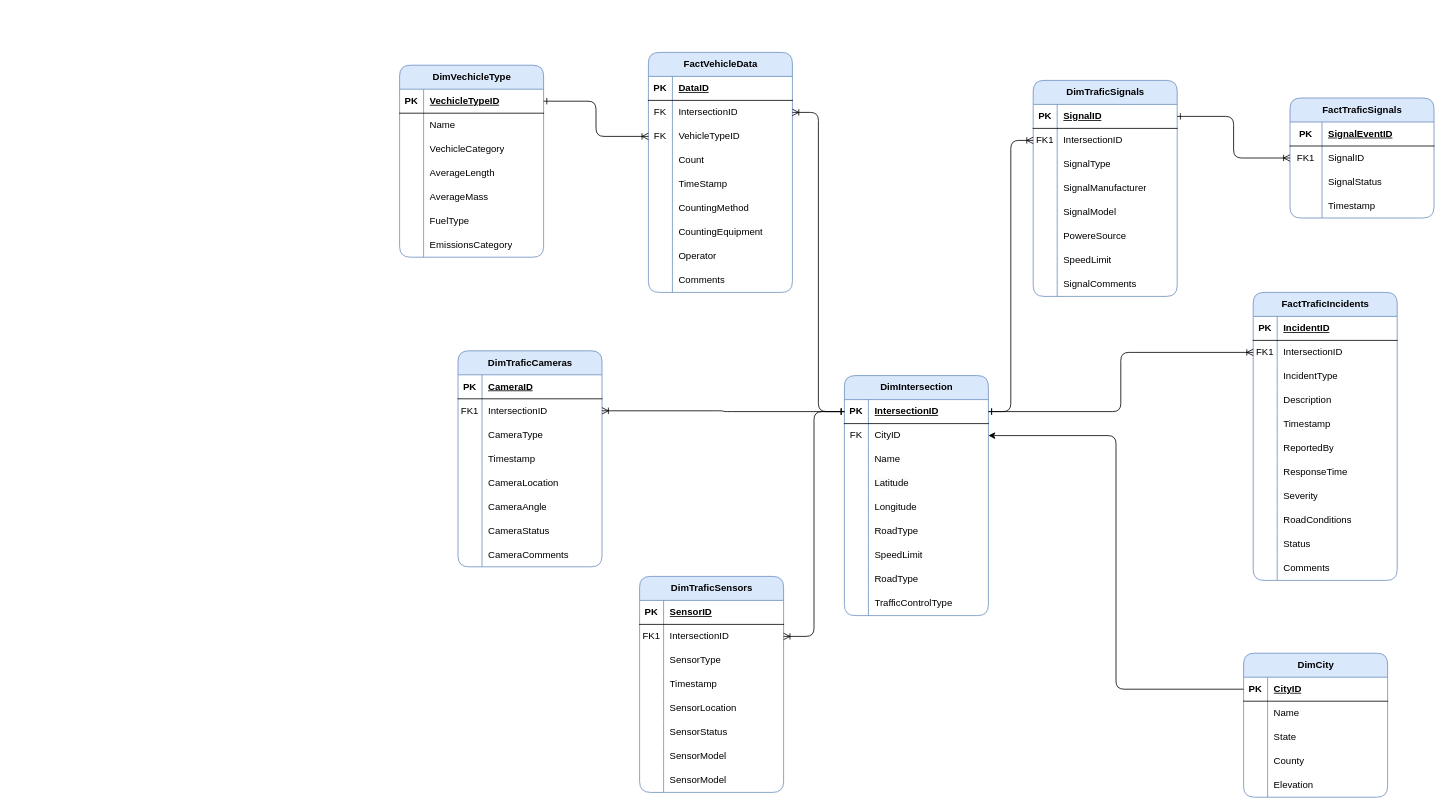
Above: ICA03.drawio in Kishan-Teja/TestVSCode_MacM22023 (draw.io), before the change. Source tidied: cells renumbered, new cells numbered last; positions are measured from the earlier drawing's top-left corner, leaving out a move shared by most shapes. Both pictures are drawn from the tidied source at 80%, with x=0, y=0 at pixel (399, 52).
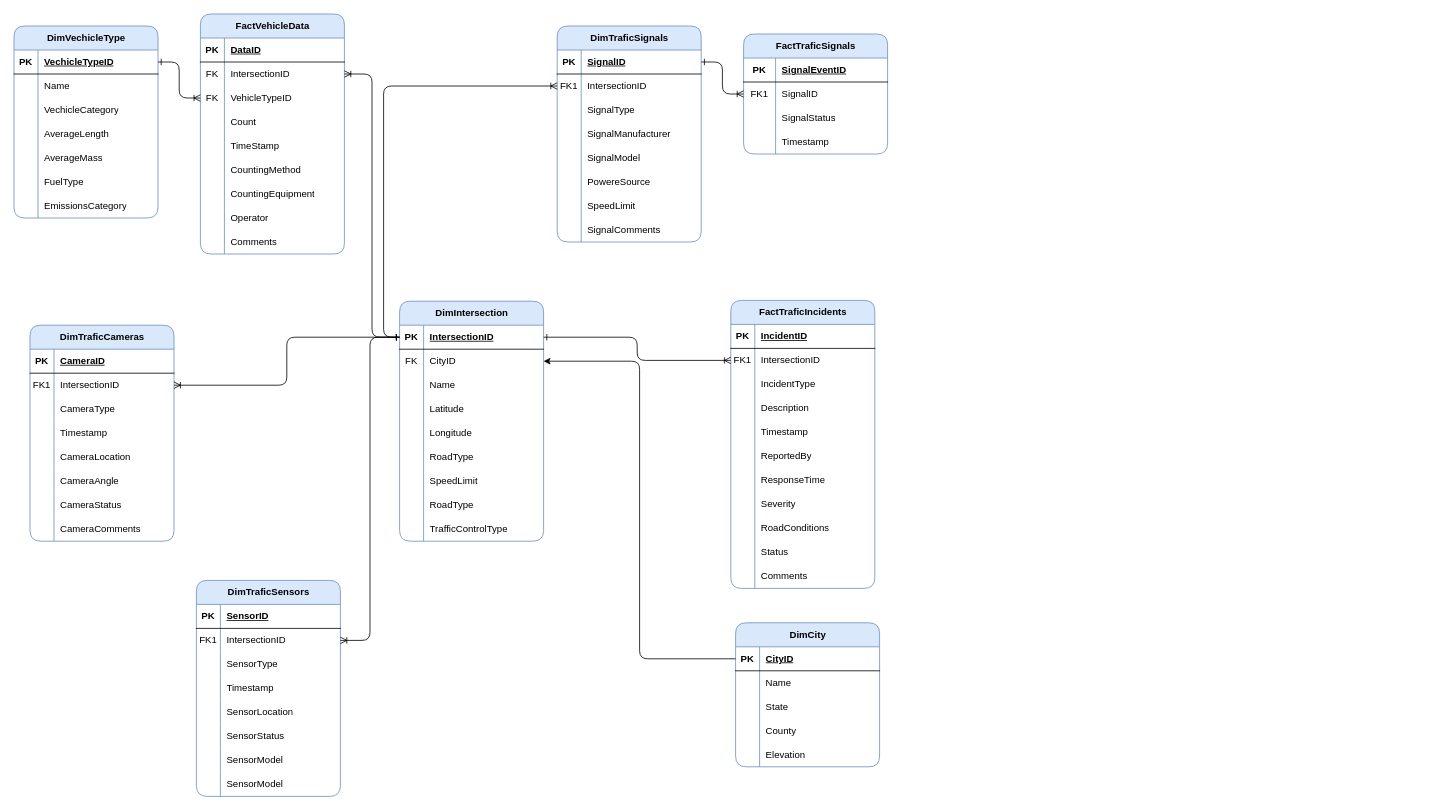
The same diagram, later.

Unchanged cells that the change refers to:
```xml
<mxCell id="3" style="shape=tableRow;horizontal=0;startSize=0;swimlaneHead=0;swimlaneBody=0;fillColor=none;points=[[0,0.5],[1,0.5]];portConstraint=eastwest;top=0;left=0;right=0;bottom=1;rounded=1;" parent="2" vertex="1">
  <mxGeometry y="30" width="180" height="30" as="geometry" />
</mxCell>
<mxCell id="50" style="shape=tableRow;horizontal=0;startSize=0;swimlaneHead=0;swimlaneBody=0;fillColor=none;points=[[0,0.5],[1,0.5]];portConstraint=eastwest;top=0;left=0;right=0;bottom=0;rounded=1;" parent="46" vertex="1">
  <mxGeometry y="60" width="180" height="30" as="geometry" />
</mxCell>
```

Diff of the diagram source:
```diff
@@
     <mxCell id="2" value="DimIntersection" style="shape=table;startSize=30;childLayout=tableLayout;rowLines=0;fontStyle=1;align=center;html=1;fillColor=#dae8fc;strokeColor=#6c8ebf;rounded=1;" parent="1" vertex="1">
-      <mxGeometry x="556" y="404" width="180" height="300" as="geometry" />
+      <mxGeometry y="311" width="180" height="300" as="geometry" />
     </mxCell>
@@
     <mxCell id="30" value="DimCity" style="shape=table;startSize=30;childLayout=tableLayout;rowLines=0;fontStyle=1;align=center;html=1;fillColor=#dae8fc;strokeColor=#6c8ebf;rounded=1;" parent="1" vertex="1">
-      <mxGeometry x="1055" y="751" width="180" height="180" as="geometry" />
+      <mxGeometry x="420" y="713" width="180" height="180" as="geometry" />
     </mxCell>
@@
     <mxCell id="46" value="DimTraficSignals" style="shape=table;startSize=30;childLayout=tableLayout;rowLines=0;fontStyle=1;align=center;html=1;fillColor=#dae8fc;strokeColor=#6c8ebf;rounded=1;" parent="1" vertex="1">
-      <mxGeometry x="792" y="35" width="180" height="270" as="geometry" />
+      <mxGeometry x="197" y="-33" width="180" height="270" as="geometry" />
     </mxCell>
@@
     <mxCell id="71" value="FactTraficSignals" style="shape=table;startSize=30;childLayout=tableLayout;rowLines=0;fontStyle=1;align=center;html=1;fillColor=#dae8fc;strokeColor=#6c8ebf;rounded=1;" parent="1" vertex="1">
-      <mxGeometry x="1113" y="57" width="180" height="150" as="geometry" />
+      <mxGeometry x="430" y="-23" width="180" height="150" as="geometry" />
     </mxCell>
@@
     <mxCell id="84" value="DimVechicleType" style="shape=table;startSize=30;childLayout=tableLayout;rowLines=0;fontStyle=1;align=center;html=1;fillColor=#dae8fc;strokeColor=#6c8ebf;rounded=1;" parent="1" vertex="1">
-      <mxGeometry y="16" width="180" height="240" as="geometry" />
+      <mxGeometry x="-482" y="-33" width="180" height="240" as="geometry" />
     </mxCell>
@@
     <mxCell id="106" value="FactVehicleData" style="shape=table;startSize=30;childLayout=tableLayout;rowLines=0;fontStyle=1;align=center;html=1;fillColor=#dae8fc;strokeColor=#6c8ebf;rounded=1;" parent="1" vertex="1">
-      <mxGeometry x="311" width="180" height="300" as="geometry" />
+      <mxGeometry x="-249" y="-48" width="180" height="300" as="geometry" />
     </mxCell>
@@
     <mxCell id="134" value="DimTraficCameras" style="shape=table;startSize=30;childLayout=tableLayout;rowLines=0;fontStyle=1;align=center;html=1;fillColor=#dae8fc;strokeColor=#6c8ebf;rounded=1;" parent="1" vertex="1">
-      <mxGeometry x="73" y="373" width="180" height="270" as="geometry" />
+      <mxGeometry x="-462" y="341" width="180" height="270" as="geometry" />
     </mxCell>
@@
     <mxCell id="159" value="DimTraficSensors" style="shape=table;startSize=30;childLayout=tableLayout;rowLines=0;fontStyle=1;align=center;html=1;fillColor=#dae8fc;strokeColor=#6c8ebf;rounded=1;" parent="1" vertex="1">
-      <mxGeometry x="300" y="655" width="180" height="270" as="geometry" />
+      <mxGeometry x="-254" y="660" width="180" height="270" as="geometry" />
     </mxCell>
@@
     <mxCell id="184" value="FactTraficIncidents" style="shape=table;startSize=30;childLayout=tableLayout;rowLines=0;fontStyle=1;align=center;html=1;fillColor=#dae8fc;strokeColor=#6c8ebf;rounded=1;" parent="1" vertex="1">
-      <mxGeometry x="1067" y="300" width="180" height="360" as="geometry" />
+      <mxGeometry x="414" y="310" width="180" height="360" as="geometry" />
     </mxCell>
@@
-    <mxCell id="220" style="edgeStyle=orthogonalEdgeStyle;rounded=1;jettySize=auto;html=1;exitX=1;exitY=0.5;exitDx=0;exitDy=0;entryX=0;entryY=0.5;entryDx=0;entryDy=0;startArrow=ERone;startFill=0;endArrow=ERoneToMany;endFill=0;" parent="1" edge="1" source="3" target="50">
-      <mxGeometry relative="1" as="geometry" />
-    </mxCell>
@@
+    <mxCell id="220" style="edgeStyle=orthogonalEdgeStyle;rounded=1;jettySize=auto;html=1;exitX=0;exitY=0.5;exitDx=0;exitDy=0;entryX=0;entryY=0.5;entryDx=0;entryDy=0;startArrow=ERone;startFill=0;endArrow=ERoneToMany;endFill=0;" parent="1" edge="1" source="3" target="50">
+      <mxGeometry relative="1" as="geometry" />
+    </mxCell>
```
